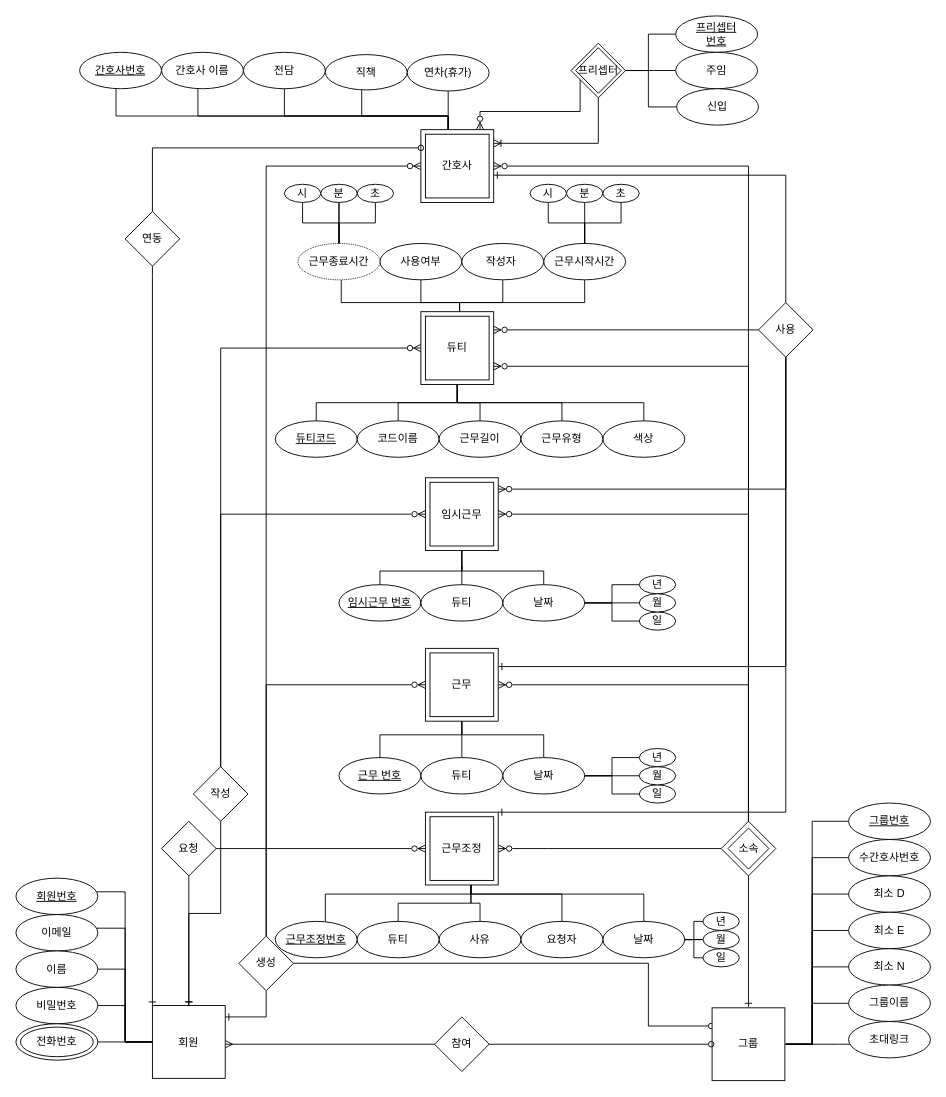
The draw.io diagram Untitled Diagram.drawio in pyoyeongun/webdanseom, before the edit. Source tidied: cells renumbered, new cells numbered last; positions are measured from the earlier drawing's top-left corner, leaving out a move shared by most shapes. Both pictures are drawn from the tidied source at 91%, with x=0, y=0 at pixel (15, 15).
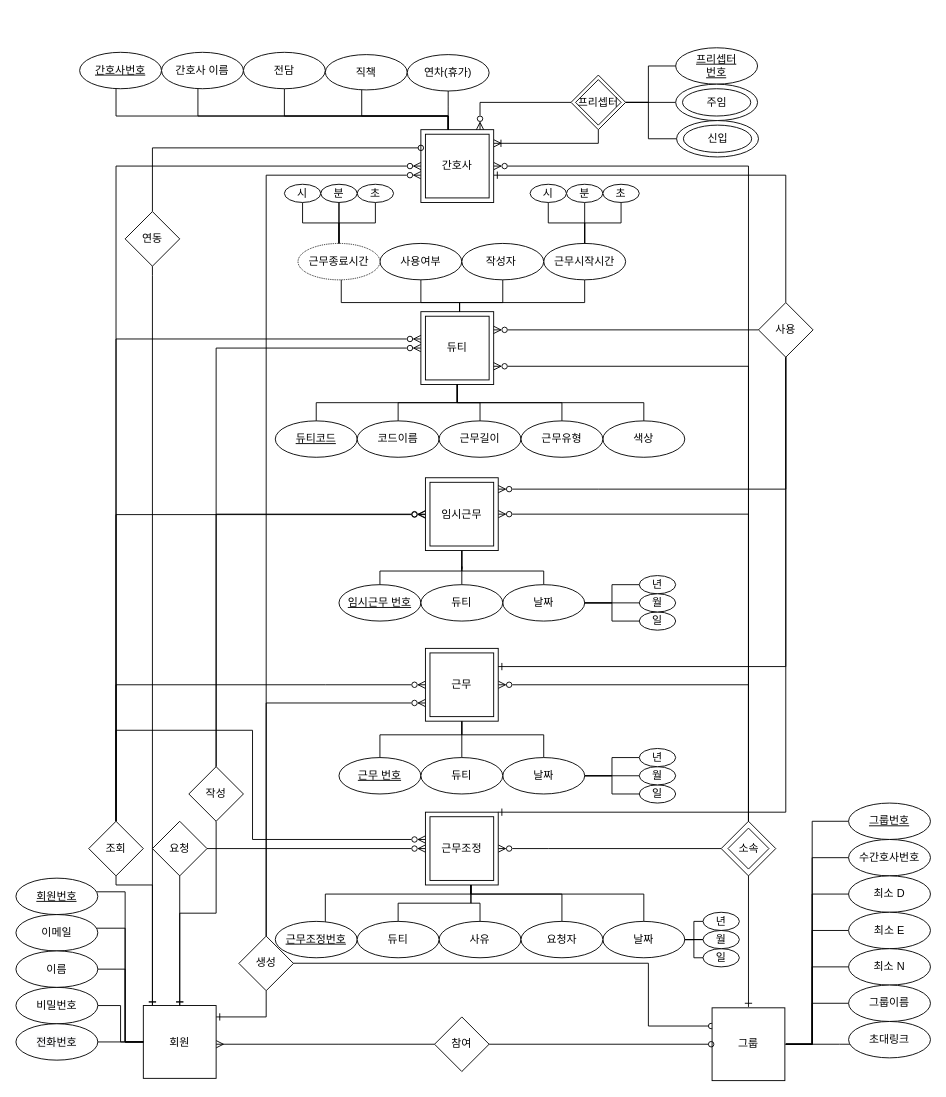
The same diagram, later.

The change refers to these unchanged cells:
```xml
<mxCell id="17" style="whiteSpace=wrap;html=1;perimeterSpacing=0;" parent="1" vertex="1">
  <mxGeometry x="450" y="507.5" width="80" height="80" as="geometry" />
</mxCell>
<mxCell id="22" style="whiteSpace=wrap;html=1;" parent="1" vertex="1">
  <mxGeometry x="450" y="695" width="80" height="80" as="geometry" />
</mxCell>
<mxCell id="30" value="생성" style="rhombus;whiteSpace=wrap;html=1;" parent="1" vertex="1">
  <mxGeometry x="245" y="1011.2" width="60" height="60" as="geometry" />
</mxCell>
<mxCell id="75" style="whiteSpace=wrap;html=1;gradientColor=#ffffff;gradientDirection=south;strokeColor=default;rounded=0;" parent="1" vertex="1">
  <mxGeometry x="445" y="125" width="80" height="80" as="geometry" />
</mxCell>
<mxCell id="91" style="whiteSpace=wrap;html=1;" parent="1" vertex="1">
  <mxGeometry x="450" y="875" width="80" height="80" as="geometry" />
</mxCell>
<mxCell id="102" style="whiteSpace=wrap;html=1;" parent="1" vertex="1">
  <mxGeometry x="445" y="325" width="80" height="80" as="geometry" />
</mxCell>
```

Diff of the diagram source:
```diff
@@
-    <mxCell id="4" style="edgeStyle=orthogonalEdgeStyle;rounded=0;jettySize=auto;html=1;startArrow=ERone;startFill=0;endArrow=none;endFill=0;" parent="1" edge="1" source="6">
-      <mxGeometry relative="1" as="geometry">
-        <mxPoint x="190" y="942.5" as="targetPoint" />
-      </mxGeometry>
+    <mxCell id="4" style="edgeStyle=orthogonalEdgeStyle;rounded=0;jettySize=auto;html=1;startArrow=ERone;startFill=0;endArrow=none;endFill=0;" parent="1" edge="1" source="6" target="31">
+      <mxGeometry relative="1" as="geometry" />
     </mxCell>
@@
+    <mxCell id="162" style="edgeStyle=orthogonalEdgeStyle;rounded=0;jettySize=auto;html=1;endArrow=none;endFill=0;startArrow=ERone;startFill=0;" parent="1" edge="1" source="6" target="168">
+      <mxGeometry relative="1" as="geometry">
+        <Array as="points">
+          <mxPoint x="150" y="955" />
+          <mxPoint x="110" y="955" />
+        </Array>
+      </mxGeometry>
+    </mxCell>
     <mxCell id="6" value="회원" style="whiteSpace=wrap;html=1;" parent="1" vertex="1">
-      <mxGeometry x="150" y="1087.5" width="80" height="80" as="geometry" />
+      <mxGeometry x="140" y="1087.5" width="80" height="80" as="geometry" />
     </mxCell>
@@
     <mxCell id="19" style="edgeStyle=orthogonalEdgeStyle;rounded=0;jettySize=auto;html=1;startArrow=ERzeroToMany;startFill=0;endArrow=none;endFill=0;" parent="1" edge="1" source="22" target="30">
-      <mxGeometry relative="1" as="geometry" />
+      <mxGeometry relative="1" as="geometry">
+        <Array as="points">
+          <mxPoint x="275" y="755" />
+        </Array>
+      </mxGeometry>
     </mxCell>
@@
     <mxCell id="23" style="edgeStyle=orthogonalEdgeStyle;rounded=0;jettySize=auto;html=1;startArrow=ERzeroToMany;startFill=0;endArrow=none;endFill=0;" parent="1" edge="1" source="102" target="29">
-      <mxGeometry relative="1" as="geometry" />
+      <mxGeometry relative="1" as="geometry">
+        <Array as="points">
+          <mxPoint x="220" y="365" />
+        </Array>
+      </mxGeometry>
     </mxCell>
@@
     <mxCell id="27" style="edgeStyle=orthogonalEdgeStyle;rounded=0;jettySize=auto;html=1;startArrow=ERzeroToMany;startFill=0;endArrow=none;endFill=0;" parent="1" edge="1" source="75" target="30">
-      <mxGeometry relative="1" as="geometry" />
+      <mxGeometry relative="1" as="geometry">
+        <Array as="points">
+          <mxPoint x="275" y="175" />
+        </Array>
+      </mxGeometry>
     </mxCell>
     <mxCell id="28" style="edgeStyle=orthogonalEdgeStyle;rounded=0;jettySize=auto;html=1;startArrow=none;startFill=0;endArrow=ERone;endFill=0;" parent="1" edge="1" source="29" target="6">
-      <mxGeometry relative="1" as="geometry" />
+      <mxGeometry relative="1" as="geometry">
+        <Array as="points">
+          <mxPoint x="220" y="986" />
+          <mxPoint x="180" y="986" />
+        </Array>
+      </mxGeometry>
     </mxCell>
     <mxCell id="29" value="작성" style="rhombus;whiteSpace=wrap;html=1;" parent="1" vertex="1">
-      <mxGeometry x="195" y="825" width="60" height="60" as="geometry" />
+      <mxGeometry x="190" y="825" width="60" height="60" as="geometry" />
     </mxCell>
@@
     <mxCell id="31" value="요청" style="rhombus;whiteSpace=wrap;html=1;" parent="1" vertex="1">
-      <mxGeometry x="160" y="885" width="60" height="60" as="geometry" />
+      <mxGeometry x="150" y="885" width="60" height="60" as="geometry" />
     </mxCell>
@@
-    <mxCell id="49" style="ellipse;whiteSpace=wrap;html=1;perimeterSpacing=0;" parent="1" vertex="1">
+    <mxCell id="49" value="&#10;&#10;&lt;span style=&quot;color: rgb(0, 0, 0); font-family: helvetica; font-size: 12px; font-style: normal; font-weight: 400; letter-spacing: normal; text-align: center; text-indent: 0px; text-transform: none; word-spacing: 0px; background-color: rgb(248, 249, 250); display: inline; float: none;&quot;&gt;전화번호&lt;/span&gt;&#10;&#10;" style="ellipse;whiteSpace=wrap;html=1;perimeterSpacing=0;" parent="1" vertex="1">
       <mxGeometry y="1107.5" width="90" height="40" as="geometry" />
     </mxCell>
@@
-    <mxCell id="56" value="전화번호" style="ellipse;whiteSpace=wrap;html=1;perimeterSpacing=0;" parent="1" vertex="1">
-      <mxGeometry x="5" y="1111.2" width="80" height="32.5" as="geometry" />
-    </mxCell>
@@
+    <mxCell id="163" style="edgeStyle=orthogonalEdgeStyle;rounded=0;jettySize=auto;html=1;startArrow=ERzeroToMany;startFill=0;endArrow=none;endFill=0;" parent="1" edge="1" source="91" target="168">
+      <mxGeometry relative="1" as="geometry">
+        <Array as="points">
+          <mxPoint x="260" y="905" />
+          <mxPoint x="260" y="785" />
+          <mxPoint x="110" y="785" />
+        </Array>
+      </mxGeometry>
+    </mxCell>
@@
     <mxCell id="134" style="edgeStyle=orthogonalEdgeStyle;rounded=0;jettySize=auto;html=1;startArrow=none;startFill=0;endArrow=none;endFill=0;" parent="1" edge="1" source="138" target="139">
       <mxGeometry relative="1" as="geometry">
         <Array as="points">
-          <mxPoint x="695" y="60" />
-          <mxPoint x="695" y="20" />
+          <mxPoint x="695" y="95" />
+          <mxPoint x="695" y="55" />
         </Array>
       </mxGeometry>
     </mxCell>
@@
     <mxCell id="136" style="edgeStyle=orthogonalEdgeStyle;rounded=0;jettySize=auto;html=1;startArrow=none;startFill=0;endArrow=none;endFill=0;" parent="1" edge="1" source="138" target="141">
       <mxGeometry relative="1" as="geometry">
         <Array as="points">
-          <mxPoint x="695" y="60" />
-          <mxPoint x="695" y="100" />
+          <mxPoint x="695" y="95" />
+          <mxPoint x="695" y="135" />
         </Array>
       </mxGeometry>
     </mxCell>
     <mxCell id="137" style="edgeStyle=orthogonalEdgeStyle;rounded=0;jettySize=auto;html=1;endArrow=ERzeroToMany;endFill=0;" parent="1" edge="1" source="138" target="75">
       <mxGeometry relative="1" as="geometry">
         <Array as="points">
-          <mxPoint x="620" y="105" />
-          <mxPoint x="510" y="105" />
+          <mxPoint x="510" y="95" />
         </Array>
       </mxGeometry>
     </mxCell>
     <mxCell id="138" style="rhombus;whiteSpace=wrap;html=1;" parent="1" vertex="1">
-      <mxGeometry x="610" y="30" width="60" height="60" as="geometry" />
+      <mxGeometry x="610" y="65" width="60" height="60" as="geometry" />
     </mxCell>
     <mxCell id="139" value="&lt;span&gt;프리셉터&lt;br&gt;번호&lt;br&gt;&lt;/span&gt;" style="ellipse;whiteSpace=wrap;html=1;fontStyle=4;" parent="1" vertex="1">
-      <mxGeometry x="725" width="90" height="40" as="geometry" />
+      <mxGeometry x="725" y="35" width="90" height="40" as="geometry" />
     </mxCell>
-    <mxCell id="140" value="주임" style="ellipse;whiteSpace=wrap;html=1;fontStyle=0;" parent="1" vertex="1">
-      <mxGeometry x="725" y="40" width="90" height="40" as="geometry" />
+    <mxCell id="140" style="ellipse;whiteSpace=wrap;html=1;fontStyle=0;" parent="1" vertex="1">
+      <mxGeometry x="725" y="75" width="90" height="40" as="geometry" />
     </mxCell>
-    <mxCell id="141" value="&lt;span&gt;신입&lt;/span&gt;" style="ellipse;whiteSpace=wrap;html=1;fontStyle=0;" parent="1" vertex="1">
-      <mxGeometry x="726" y="80" width="90" height="40" as="geometry" />
+    <mxCell id="141" style="ellipse;whiteSpace=wrap;html=1;fontStyle=0;" parent="1" vertex="1">
+      <mxGeometry x="726" y="115" width="90" height="40" as="geometry" />
     </mxCell>
@@
     <mxCell id="149" value="프리셉터" style="rhombus;whiteSpace=wrap;html=1;" parent="1" vertex="1">
-      <mxGeometry x="615" y="35" width="50" height="50" as="geometry" />
+      <mxGeometry x="615" y="70" width="50" height="50" as="geometry" />
     </mxCell>
@@
+    <mxCell id="164" style="edgeStyle=orthogonalEdgeStyle;rounded=0;jettySize=auto;html=1;startArrow=none;startFill=0;endArrow=ERzeroToMany;endFill=0;" parent="1" edge="1" source="168" target="22">
+      <mxGeometry relative="1" as="geometry">
+        <Array as="points">
+          <mxPoint x="340" y="735" />
+          <mxPoint x="340" y="735" />
+        </Array>
+      </mxGeometry>
+    </mxCell>
+    <mxCell id="165" style="edgeStyle=orthogonalEdgeStyle;rounded=0;jettySize=auto;html=1;startArrow=none;startFill=0;endArrow=ERzeroToMany;endFill=0;" parent="1" edge="1" source="168" target="17">
+      <mxGeometry relative="1" as="geometry">
+        <Array as="points">
+          <mxPoint x="110" y="548" />
+        </Array>
+      </mxGeometry>
+    </mxCell>
+    <mxCell id="166" style="edgeStyle=orthogonalEdgeStyle;rounded=0;jettySize=auto;html=1;startArrow=none;startFill=0;endArrow=ERzeroToMany;endFill=0;" parent="1" edge="1" source="168" target="102">
+      <mxGeometry relative="1" as="geometry">
+        <Array as="points">
+          <mxPoint x="110" y="355" />
+        </Array>
+      </mxGeometry>
+    </mxCell>
+    <mxCell id="167" style="edgeStyle=orthogonalEdgeStyle;rounded=0;jettySize=auto;html=1;startArrow=none;startFill=0;endArrow=ERzeroToMany;endFill=0;" parent="1" edge="1" source="168" target="75">
+      <mxGeometry relative="1" as="geometry">
+        <Array as="points">
+          <mxPoint x="110" y="165" />
+        </Array>
+      </mxGeometry>
+    </mxCell>
+    <mxCell id="168" value="조회" style="rhombus;whiteSpace=wrap;html=1;" parent="1" vertex="1">
+      <mxGeometry x="80" y="885" width="60" height="60" as="geometry" />
+    </mxCell>
+    <mxCell id="169" value="&lt;span&gt;신입&lt;/span&gt;" style="ellipse;whiteSpace=wrap;html=1;fontStyle=0;" parent="1" vertex="1">
+      <mxGeometry x="733.5" y="120" width="75" height="30" as="geometry" />
+    </mxCell>
+    <mxCell id="170" value="&lt;span&gt;주임&lt;/span&gt;" style="ellipse;whiteSpace=wrap;html=1;fontStyle=0;" parent="1" vertex="1">
+      <mxGeometry x="732.5" y="80" width="75" height="30" as="geometry" />
+    </mxCell>
```
